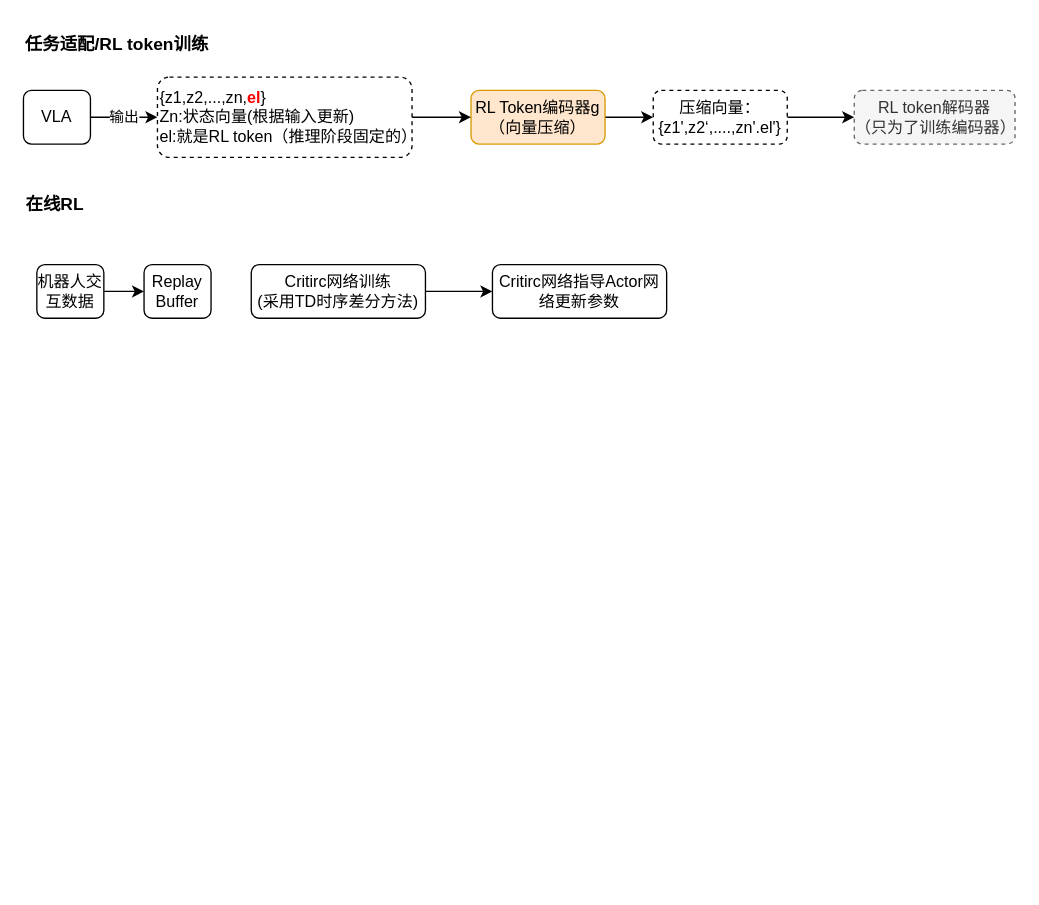
This is LLM/VLA/RL-Token.drawio from mailonghua/drawio, a draw.io file, before an edit. Source tidied: cells renumbered, new cells numbered last; positions are measured from the earlier drawing's top-left corner, leaving out a move shared by most shapes. Both pictures are drawn from the tidied source at 134%, with x=0, y=0 at pixel (23, 23).
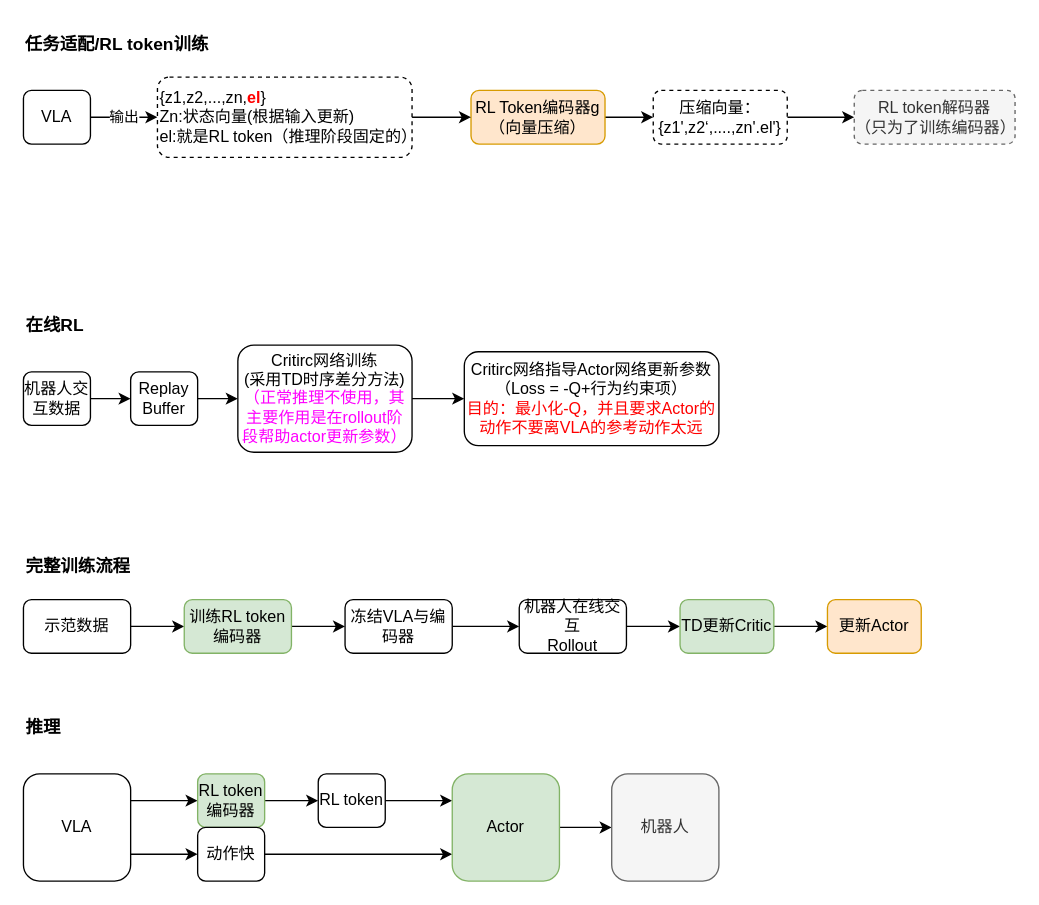
The same diagram, later.

What changed in the source:
```diff
@@
     <mxCell id="13" value="在线RL" style="text;html=1;whiteSpace=wrap;strokeColor=none;fillColor=none;align=left;verticalAlign=middle;rounded=0;fontStyle=1;fontSize=13;" parent="1" vertex="1">
-      <mxGeometry y="120" width="140" height="30" as="geometry" />
+      <mxGeometry y="210" width="140" height="30" as="geometry" />
     </mxCell>
@@
-    <mxCell id="15" value="Critirc网络训练&lt;br&gt;(采用TD时序差分方法)" style="rounded=1;whiteSpace=wrap;html=1;" parent="1" vertex="1">
-      <mxGeometry x="170" y="180" width="130" height="40" as="geometry" />
+    <mxCell id="15" value="Critirc网络训练&lt;br&gt;(采用TD时序差分方法)&lt;br&gt;&lt;span style=&quot;color: rgb(255, 0, 255);&quot;&gt;（正常推理不使用，其主要作用是在rollout阶段帮助actor更新参数）&lt;/span&gt;" style="rounded=1;whiteSpace=wrap;html=1;" parent="1" vertex="1">
+      <mxGeometry x="160" y="240" width="130" height="80" as="geometry" />
     </mxCell>
@@
     <mxCell id="17" value="机器人交互数据" style="rounded=1;whiteSpace=wrap;html=1;" parent="1" vertex="1">
-      <mxGeometry x="10" y="180" width="50" height="40" as="geometry" />
+      <mxGeometry y="260" width="50" height="40" as="geometry" />
     </mxCell>
+    <mxCell id="20" style="edgeStyle=orthogonalEdgeStyle;curved=1;rounded=0;jettySize=auto;html=1;exitX=1;exitY=0.5;exitDx=0;exitDy=0;entryX=0;entryY=0.5;entryDx=0;entryDy=0;" parent="1" edge="1" source="18" target="15">
+      <mxGeometry relative="1" as="geometry" />
+    </mxCell>
     <mxCell id="18" value="Replay Buffer" style="rounded=1;whiteSpace=wrap;html=1;" parent="1" vertex="1">
-      <mxGeometry x="90" y="180" width="50" height="40" as="geometry" />
+      <mxGeometry x="80" y="260" width="50" height="40" as="geometry" />
     </mxCell>
-    <mxCell id="19" value="Critirc网络指导Actor网络更新参数" style="rounded=1;whiteSpace=wrap;html=1;" parent="1" vertex="1">
-      <mxGeometry x="350" y="180" width="130" height="40" as="geometry" />
+    <mxCell id="19" value="Critirc网络指导Actor网络更新参数&lt;br&gt;（Loss = -Q+行为约束项）&lt;br&gt;&lt;span style=&quot;color: rgb(255, 0, 0);&quot;&gt;目的：最小化-Q，并且要求Actor的动作不要离VLA的参考动作太远&lt;/span&gt;" style="rounded=1;whiteSpace=wrap;html=1;" parent="1" vertex="1">
+      <mxGeometry x="329" y="245" width="190" height="70" as="geometry" />
     </mxCell>
+    <mxCell id="21" value="完整训练流程" style="text;html=1;whiteSpace=wrap;strokeColor=none;fillColor=none;align=left;verticalAlign=middle;rounded=0;fontStyle=1;fontSize=13;" parent="1" vertex="1">
+      <mxGeometry y="390" width="140" height="30" as="geometry" />
+    </mxCell>
+    <mxCell id="22" style="edgeStyle=orthogonalEdgeStyle;curved=1;rounded=0;jettySize=auto;html=1;" parent="1" edge="1" source="23" target="25">
+      <mxGeometry relative="1" as="geometry" />
+    </mxCell>
+    <mxCell id="23" value="示范数据" style="rounded=1;whiteSpace=wrap;html=1;" parent="1" vertex="1">
+      <mxGeometry y="430" width="80" height="40" as="geometry" />
+    </mxCell>
+    <mxCell id="24" style="edgeStyle=orthogonalEdgeStyle;curved=1;rounded=0;jettySize=auto;html=1;" parent="1" edge="1" source="25" target="27">
+      <mxGeometry relative="1" as="geometry" />
+    </mxCell>
+    <mxCell id="25" value="训练RL token编码器" style="rounded=1;whiteSpace=wrap;html=1;fillColor=#d5e8d4;strokeColor=#82b366;" parent="1" vertex="1">
+      <mxGeometry x="120" y="430" width="80" height="40" as="geometry" />
+    </mxCell>
+    <mxCell id="26" style="edgeStyle=orthogonalEdgeStyle;curved=1;rounded=0;jettySize=auto;html=1;" parent="1" edge="1" source="27" target="29">
+      <mxGeometry relative="1" as="geometry" />
+    </mxCell>
+    <mxCell id="27" value="冻结VLA与编码器" style="rounded=1;whiteSpace=wrap;html=1;" parent="1" vertex="1">
+      <mxGeometry x="240" y="430" width="80" height="40" as="geometry" />
+    </mxCell>
+    <mxCell id="28" style="edgeStyle=orthogonalEdgeStyle;curved=1;rounded=0;jettySize=auto;html=1;" parent="1" edge="1" source="29" target="31">
+      <mxGeometry relative="1" as="geometry" />
+    </mxCell>
+    <mxCell id="29" value="机器人在线交互&lt;br&gt;Rollout" style="rounded=1;whiteSpace=wrap;html=1;" parent="1" vertex="1">
+      <mxGeometry x="370" y="430" width="80" height="40" as="geometry" />
+    </mxCell>
+    <mxCell id="30" style="edgeStyle=orthogonalEdgeStyle;curved=1;rounded=0;jettySize=auto;html=1;" parent="1" edge="1" source="31" target="32">
+      <mxGeometry relative="1" as="geometry" />
+    </mxCell>
+    <mxCell id="31" value="TD更新Critic" style="rounded=1;whiteSpace=wrap;html=1;fillColor=#d5e8d4;strokeColor=#82b366;" parent="1" vertex="1">
+      <mxGeometry x="490" y="430" width="70" height="40" as="geometry" />
+    </mxCell>
+    <mxCell id="32" value="更新Actor" style="rounded=1;whiteSpace=wrap;html=1;fillColor=#ffe6cc;strokeColor=#d79b00;" parent="1" vertex="1">
+      <mxGeometry x="600" y="430" width="70" height="40" as="geometry" />
+    </mxCell>
+    <mxCell id="33" value="推理" style="text;html=1;whiteSpace=wrap;strokeColor=none;fillColor=none;align=left;verticalAlign=middle;rounded=0;fontStyle=1;fontSize=13;" parent="1" vertex="1">
+      <mxGeometry y="510" width="140" height="30" as="geometry" />
+    </mxCell>
+    <mxCell id="34" style="edgeStyle=orthogonalEdgeStyle;curved=1;rounded=0;jettySize=auto;html=1;exitX=1;exitY=0.25;exitDx=0;exitDy=0;entryX=0;entryY=0.5;entryDx=0;entryDy=0;" parent="1" edge="1" source="36" target="38">
+      <mxGeometry relative="1" as="geometry" />
+    </mxCell>
+    <mxCell id="35" style="edgeStyle=orthogonalEdgeStyle;curved=1;rounded=0;jettySize=auto;html=1;exitX=1;exitY=0.75;exitDx=0;exitDy=0;entryX=0;entryY=0.5;entryDx=0;entryDy=0;" parent="1" edge="1" source="36" target="42">
+      <mxGeometry relative="1" as="geometry" />
+    </mxCell>
+    <mxCell id="36" value="VLA" style="rounded=1;whiteSpace=wrap;html=1;" parent="1" vertex="1">
+      <mxGeometry y="560" width="80" height="80" as="geometry" />
+    </mxCell>
+    <mxCell id="37" style="edgeStyle=orthogonalEdgeStyle;curved=1;rounded=0;jettySize=auto;html=1;" parent="1" edge="1" source="38" target="40">
+      <mxGeometry relative="1" as="geometry" />
+    </mxCell>
+    <mxCell id="38" value="RL token编码器" style="rounded=1;whiteSpace=wrap;html=1;fillColor=#d5e8d4;strokeColor=#82b366;" parent="1" vertex="1">
+      <mxGeometry x="130" y="560" width="50" height="40" as="geometry" />
+    </mxCell>
+    <mxCell id="39" style="edgeStyle=orthogonalEdgeStyle;curved=1;rounded=0;jettySize=auto;html=1;exitX=1;exitY=0.5;exitDx=0;exitDy=0;entryX=0;entryY=0.25;entryDx=0;entryDy=0;" parent="1" edge="1" source="40" target="44">
+      <mxGeometry relative="1" as="geometry" />
+    </mxCell>
+    <mxCell id="40" value="RL token" style="rounded=1;whiteSpace=wrap;html=1;" parent="1" vertex="1">
+      <mxGeometry x="220" y="560" width="50" height="40" as="geometry" />
+    </mxCell>
+    <mxCell id="41" style="edgeStyle=orthogonalEdgeStyle;curved=1;rounded=0;jettySize=auto;html=1;exitX=1;exitY=0.5;exitDx=0;exitDy=0;entryX=0;entryY=0.75;entryDx=0;entryDy=0;" parent="1" edge="1" source="42" target="44">
+      <mxGeometry relative="1" as="geometry" />
+    </mxCell>
+    <mxCell id="42" value="动作快" style="rounded=1;whiteSpace=wrap;html=1;" parent="1" vertex="1">
+      <mxGeometry x="130" y="600" width="50" height="40" as="geometry" />
+    </mxCell>
+    <mxCell id="43" style="edgeStyle=orthogonalEdgeStyle;curved=1;rounded=0;jettySize=auto;html=1;" parent="1" edge="1" source="44" target="45">
+      <mxGeometry relative="1" as="geometry" />
+    </mxCell>
+    <mxCell id="44" value="Actor" style="rounded=1;whiteSpace=wrap;html=1;fillColor=#d5e8d4;strokeColor=#82b366;" parent="1" vertex="1">
+      <mxGeometry x="320" y="560" width="80" height="80" as="geometry" />
+    </mxCell>
+    <mxCell id="45" value="机器人" style="rounded=1;whiteSpace=wrap;html=1;fillColor=#f5f5f5;fontColor=#333333;strokeColor=#666666;" parent="1" vertex="1">
+      <mxGeometry x="439" y="560" width="80" height="80" as="geometry" />
+    </mxCell>
```
